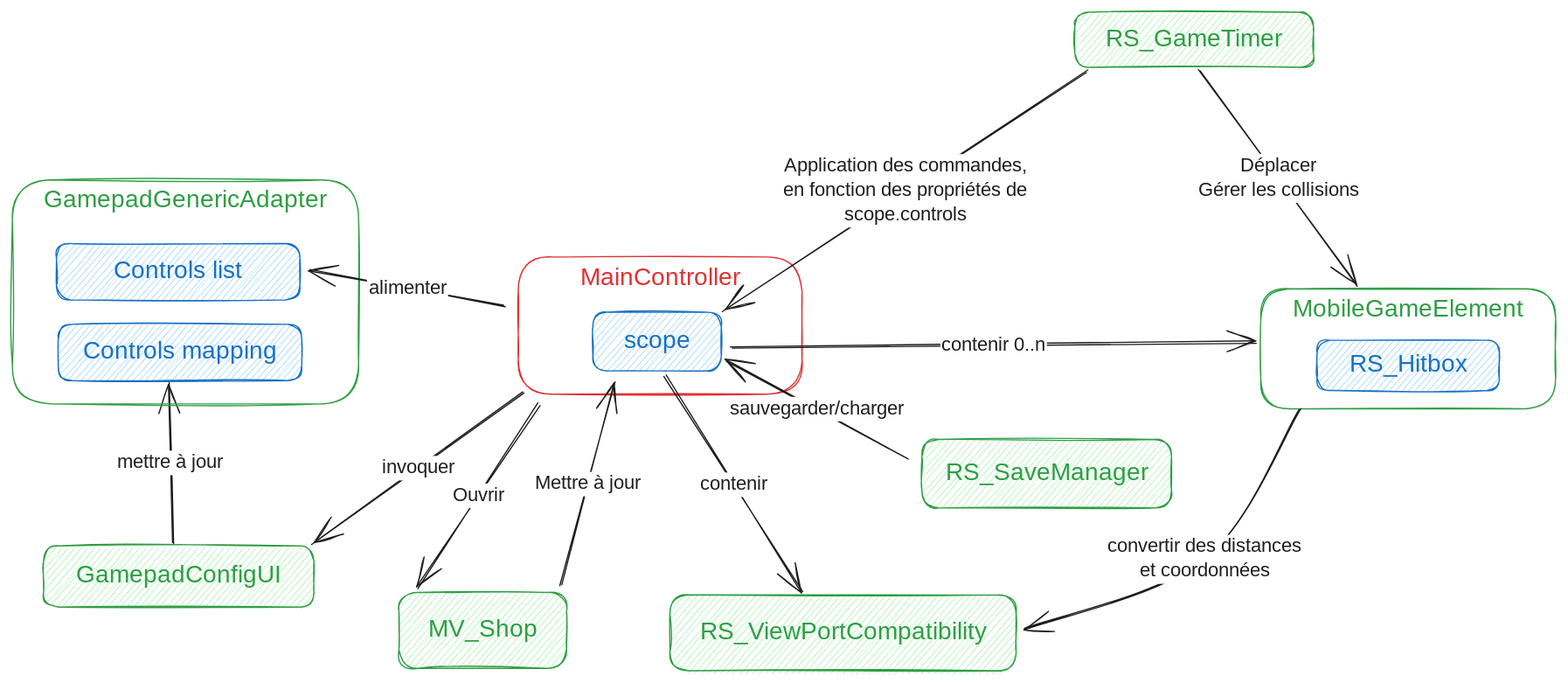
Above: docs/architecture.excalidraw.svg in thedwarf21/MobsVasion (Excalidraw), before the change. Source tidied: one line per element, renumbered; positions are measured from the earlier drawing's top-left corner, leaving out a move shared by most shapes.
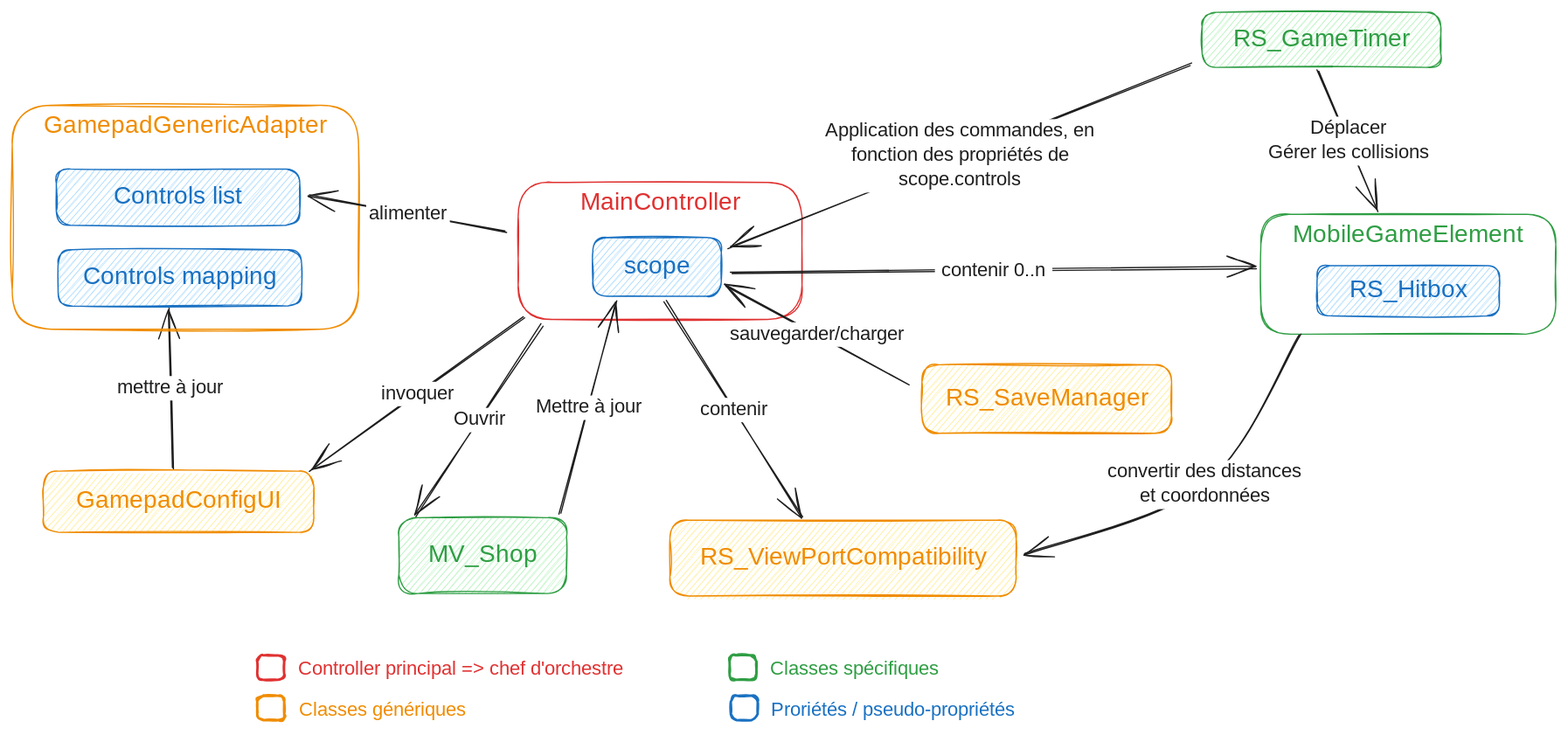
Later version of the same file.

Commit message:
docs: Ajout d'une légende au diagramme d'archi + différentiation entre classes génériques et classes spécifiques au projet

Diff of the diagram source:
```diff
@@ -1,15 +1,15 @@
 {"id": 0, "type": "rectangle", "strokeColor": "#e03131", "strokeWidth": 1, "roughness": 1, "round": true, "x": 414, "y": 200, "width": 232, "height": 112}
-{"id": 1, "type": "text", "text": "MainController", "strokeColor": "#e03131", "backgroundColor": "#ffc9c9", "fillStyle": "hachure", "strokeWidth": 1, "roughness": 1, "fontSize": 20, "fontFamily": 5, "textAlign": "center", "inside": 0, "x": 463, "y": 205, "width": 132, "height": 25}
+{"id": 1, "type": "text", "text": "MainController", "strokeColor": "#e03131", "backgroundColor": "#ffc9c9", "fillStyle": "hachure", "strokeWidth": 1, "roughness": 1, "fontSize": 20, "fontFamily": 5, "textAlign": "center", "inside": 0, "x": 461, "y": 205, "width": 137, "height": 25}
 {"id": 2, "type": "rectangle", "strokeColor": "#1971c2", "backgroundColor": "#a5d8ff", "fillStyle": "hachure", "strokeWidth": 1, "roughness": 1, "round": true, "x": 474, "y": 245, "width": 105, "height": 48}
-{"id": 3, "type": "text", "text": "scope", "strokeColor": "#1971c2", "strokeWidth": 1, "roughness": 1, "fontSize": 20, "fontFamily": 5, "textAlign": "center", "verticalAlign": "middle", "inside": 2, "x": 501, "y": 256, "width": 52, "height": 25}
+{"id": 3, "type": "text", "text": "scope", "strokeColor": "#1971c2", "strokeWidth": 1, "roughness": 1, "fontSize": 20, "fontFamily": 5, "textAlign": "center", "verticalAlign": "middle", "inside": 2, "x": 500, "y": 256, "width": 54, "height": 25}
-{"id": 4, "type": "rectangle", "strokeColor": "#2f9e44", "backgroundColor": "#b2f2bb", "fillStyle": "hachure", "strokeWidth": 1, "roughness": 1, "round": true, "x": 538, "y": 476, "width": 283, "height": 62}
+{"id": 4, "type": "rectangle", "strokeColor": "#f08c00", "backgroundColor": "#ffec99", "fillStyle": "hachure", "strokeWidth": 1, "roughness": 1, "round": true, "x": 538, "y": 476, "width": 283, "height": 62}
-{"id": 5, "type": "text", "text": "RS_ViewPortCompatibility", "strokeColor": "#2f9e44", "backgroundColor": "#b2f2bb", "fillStyle": "hachure", "strokeWidth": 1, "roughness": 1, "fontSize": 20, "fontFamily": 5, "textAlign": "center", "verticalAlign": "middle", "inside": 4, "x": 566, "y": 494, "width": 227, "height": 25}
+{"id": 5, "type": "text", "text": "RS_ViewPortCompatibility", "strokeColor": "#f08c00", "backgroundColor": "#b2f2bb", "fillStyle": "hachure", "strokeWidth": 1, "roughness": 1, "fontSize": 20, "fontFamily": 5, "textAlign": "center", "verticalAlign": "middle", "inside": 4, "x": 566, "y": 494, "width": 227, "height": 25}
-{"id": 6, "type": "rectangle", "strokeColor": "#2f9e44", "backgroundColor": "#b2f2bb", "fillStyle": "hachure", "strokeWidth": 1, "roughness": 1, "round": true, "x": 26, "y": 436, "width": 221, "height": 50}
+{"id": 6, "type": "rectangle", "strokeColor": "#f08c00", "backgroundColor": "#ffec99", "fillStyle": "hachure", "strokeWidth": 1, "roughness": 1, "round": true, "x": 26, "y": 436, "width": 221, "height": 50}
-{"id": 7, "type": "text", "text": "GamepadConfigUI", "strokeColor": "#2f9e44", "backgroundColor": "#b2f2bb", "fillStyle": "hachure", "strokeWidth": 1, "roughness": 1, "fontSize": 20, "fontFamily": 5, "textAlign": "center", "verticalAlign": "middle", "inside": 6, "x": 55, "y": 448, "width": 162, "height": 25}
+{"id": 7, "type": "text", "text": "GamepadConfigUI", "strokeColor": "#f08c00", "backgroundColor": "#b2f2bb", "fillStyle": "hachure", "strokeWidth": 1, "roughness": 1, "fontSize": 20, "fontFamily": 5, "textAlign": "center", "verticalAlign": "middle", "inside": 6, "x": 55, "y": 448, "width": 162, "height": 25}
-{"id": 8, "type": "arrow", "strokeColor": "#1e1e1e", "strokeWidth": 1, "roughness": 1, "endArrowhead": "arrow", "round": true, "from": 0, "to": 6, "x": 418, "y": 311, "width": 172, "height": 123, "points": [[0, 0], [-172, 123]]}
+{"id": 8, "type": "arrow", "strokeColor": "#1e1e1e", "strokeWidth": 1, "roughness": 1, "endArrowhead": "arrow", "round": true, "from": 0, "to": 6, "x": 418, "y": 311, "width": 174, "height": 125, "points": [[0, 0], [-174, 125]]}
-{"id": 9, "type": "text", "text": "invoquer", "strokeColor": "#1e1e1e", "strokeWidth": 1, "roughness": 1, "fontSize": 16, "fontFamily": 5, "textAlign": "center", "verticalAlign": "middle", "inside": 8, "x": 300, "y": 362, "width": 62, "height": 20}
+{"id": 9, "type": "text", "text": "invoquer", "strokeColor": "#1e1e1e", "strokeWidth": 1, "roughness": 1, "fontSize": 16, "fontFamily": 5, "textAlign": "center", "verticalAlign": "middle", "inside": 8, "x": 300, "y": 362, "width": 63, "height": 20}
 {"id": 10, "type": "arrow", "strokeColor": "#1e1e1e", "strokeWidth": 1, "roughness": 1, "endArrowhead": "arrow", "round": true, "from": 6, "to": 14, "x": 131, "y": 434, "width": 3, "height": 131, "points": [[0, 0], [-3, -131]]}
 {"id": 11, "type": "text", "text": "mettre à jour", "strokeColor": "#1e1e1e", "strokeWidth": 1, "roughness": 1, "fontSize": 16, "fontFamily": 5, "textAlign": "center", "verticalAlign": "middle", "inside": 10, "x": 83, "y": 358, "width": 91, "height": 20}
-{"id": 12, "type": "rectangle", "strokeColor": "#2f9e44", "strokeWidth": 1, "roughness": 1, "round": true, "x": 0, "y": 137, "width": 283, "height": 183}
+{"id": 12, "type": "rectangle", "strokeColor": "#f08c00", "strokeWidth": 1, "roughness": 1, "round": true, "x": 0, "y": 137, "width": 283, "height": 183}
-{"id": 13, "type": "text", "text": "GamepadGenericAdapter", "strokeColor": "#2f9e44", "backgroundColor": "#b2f2bb", "fillStyle": "hachure", "strokeWidth": 1, "roughness": 1, "fontSize": 20, "fontFamily": 5, "textAlign": "center", "inside": 12, "x": 30, "y": 142, "width": 223, "height": 25}
+{"id": 13, "type": "text", "text": "GamepadGenericAdapter", "strokeColor": "#f08c00", "backgroundColor": "#b2f2bb", "fillStyle": "hachure", "strokeWidth": 1, "roughness": 1, "fontSize": 20, "fontFamily": 5, "textAlign": "center", "inside": 12, "x": 30, "y": 142, "width": 223, "height": 25}
 {"id": 14, "type": "rectangle", "strokeColor": "#1971c2", "backgroundColor": "#a5d8ff", "fillStyle": "hachure", "strokeWidth": 1, "roughness": 1, "round": true, "x": 38, "y": 255, "width": 199, "height": 46}
@@ -18,6 +18,6 @@
 {"id": 17, "type": "text", "text": "Controls list", "strokeColor": "#1971c2", "backgroundColor": "#a5d8ff", "fillStyle": "hachure", "strokeWidth": 1, "roughness": 1, "fontSize": 20, "fontFamily": 5, "textAlign": "center", "verticalAlign": "middle", "inside": 16, "x": 83, "y": 200, "width": 104, "height": 25}
-{"id": 18, "type": "arrow", "strokeColor": "#1e1e1e", "strokeWidth": 1, "roughness": 1, "endArrowhead": "arrow", "round": true, "from": 0, "to": 16, "x": 402, "y": 241, "width": 159, "height": 30, "points": [[0, 0], [-159, -30]]}
+{"id": 18, "type": "arrow", "strokeColor": "#1e1e1e", "strokeWidth": 1, "roughness": 1, "endArrowhead": "arrow", "round": true, "from": 0, "to": 16, "x": 404, "y": 241, "width": 161, "height": 30, "points": [[0, 0], [-161, -30]]}
-{"id": 19, "type": "text", "text": "alimenter", "strokeColor": "#1e1e1e", "strokeWidth": 1, "roughness": 1, "fontSize": 16, "fontFamily": 5, "textAlign": "center", "verticalAlign": "middle", "inside": 18, "x": 290, "y": 216, "width": 66, "height": 20}
+{"id": 19, "type": "text", "text": "alimenter", "strokeColor": "#1e1e1e", "strokeWidth": 1, "roughness": 1, "fontSize": 16, "fontFamily": 5, "textAlign": "center", "verticalAlign": "middle", "inside": 18, "x": 290, "y": 216, "width": 68, "height": 20}
 {"id": 20, "type": "arrow", "strokeColor": "#1e1e1e", "strokeWidth": 1, "roughness": 1, "endArrowhead": "arrow", "round": true, "from": 2, "to": 4, "x": 533, "y": 298, "width": 113, "height": 176, "points": [[0, 0], [113, 176]]}
-{"id": 21, "type": "text", "text": "contenir", "strokeColor": "#1e1e1e", "strokeWidth": 1, "roughness": 1, "fontSize": 16, "fontFamily": 5, "textAlign": "center", "verticalAlign": "middle", "inside": 20, "x": 561, "y": 376, "width": 58, "height": 20}
+{"id": 21, "type": "text", "text": "contenir", "strokeColor": "#1e1e1e", "strokeWidth": 1, "roughness": 1, "fontSize": 16, "fontFamily": 5, "textAlign": "center", "verticalAlign": "middle", "inside": 20, "x": 561, "y": 376, "width": 62, "height": 20}
 {"id": 22, "type": "rectangle", "strokeColor": "#2f9e44", "strokeWidth": 1, "roughness": 1, "round": true, "x": 1020, "y": 226, "width": 241, "height": 98}
@@ -27,20 +27,28 @@
 {"id": 26, "type": "arrow", "strokeColor": "#1e1e1e", "backgroundColor": "#a5d8ff", "fillStyle": "hachure", "strokeWidth": 1, "roughness": 1, "endArrowhead": "arrow", "round": true, "from": 2, "to": 22, "x": 588, "y": 274, "width": 428, "height": 4, "points": [[0, 0], [428, -4]]}
-{"id": 27, "type": "text", "text": "contenir 0..n", "strokeColor": "#1e1e1e", "backgroundColor": "#a5d8ff", "fillStyle": "hachure", "strokeWidth": 1, "roughness": 1, "fontSize": 16, "fontFamily": 5, "textAlign": "center", "verticalAlign": "middle", "inside": 26, "x": 759, "y": 262, "width": 87, "height": 20}
+{"id": 27, "type": "text", "text": "contenir 0..n", "strokeColor": "#1e1e1e", "backgroundColor": "#a5d8ff", "fillStyle": "hachure", "strokeWidth": 1, "roughness": 1, "fontSize": 16, "fontFamily": 5, "textAlign": "center", "verticalAlign": "middle", "inside": 26, "x": 759, "y": 262, "width": 96, "height": 20}
 {"id": 28, "type": "arrow", "strokeColor": "#1e1e1e", "backgroundColor": "#a5d8ff", "fillStyle": "hachure", "strokeWidth": 1, "roughness": 1, "endArrowhead": "arrow", "round": true, "from": 22, "to": 4, "x": 1053, "y": 324, "width": 226, "height": 179, "points": [[0, 0], [-78, 123], [-226, 179]]}
 {"id": 29, "type": "text", "text": "convertir des distances\net coordonnées", "strokeColor": "#1e1e1e", "backgroundColor": "#a5d8ff", "fillStyle": "hachure", "strokeWidth": 1, "roughness": 1, "fontSize": 16, "fontFamily": 5, "textAlign": "center", "verticalAlign": "middle", "inside": 28, "x": 894, "y": 427, "width": 161, "height": 40}
-{"id": 30, "type": "rectangle", "strokeColor": "#2f9e44", "backgroundColor": "#b2f2bb", "fillStyle": "hachure", "strokeWidth": 1, "roughness": 1, "round": true, "x": 868, "y": 0, "width": 195, "height": 45}
+{"id": 30, "type": "rectangle", "strokeColor": "#2f9e44", "backgroundColor": "#b2f2bb", "fillStyle": "hachure", "strokeWidth": 1, "roughness": 1, "round": true, "x": 972, "y": 61, "width": 195, "height": 45}
-{"id": 31, "type": "text", "text": "RS_GameTimer", "strokeColor": "#2f9e44", "backgroundColor": "#b2f2bb", "fillStyle": "hachure", "strokeWidth": 1, "roughness": 1, "fontSize": 20, "fontFamily": 5, "textAlign": "center", "verticalAlign": "middle", "inside": 30, "x": 900, "y": 10, "width": 132, "height": 25}
+{"id": 31, "type": "text", "text": "RS_GameTimer", "strokeColor": "#2f9e44", "backgroundColor": "#b2f2bb", "fillStyle": "hachure", "strokeWidth": 1, "roughness": 1, "fontSize": 20, "fontFamily": 5, "textAlign": "center", "verticalAlign": "middle", "inside": 30, "x": 1004, "y": 71, "width": 132, "height": 25}
-{"id": 32, "type": "arrow", "strokeColor": "#1e1e1e", "backgroundColor": "#b2f2bb", "fillStyle": "hachure", "strokeWidth": 1, "roughness": 1, "endArrowhead": "arrow", "round": true, "from": 30, "to": 22, "x": 971, "y": 48, "width": 128, "height": 175, "points": [[0, 0], [128, 175]]}
+{"id": 32, "type": "arrow", "strokeColor": "#1e1e1e", "backgroundColor": "#b2f2bb", "fillStyle": "hachure", "strokeWidth": 1, "roughness": 1, "endArrowhead": "arrow", "round": true, "from": 30, "to": 22, "x": 1068, "y": 109, "width": 48, "height": 114, "points": [[0, 0], [48, 114]]}
-{"id": 33, "type": "text", "text": "Déplacer\nGérer les collisions", "strokeColor": "#1e1e1e", "backgroundColor": "#b2f2bb", "fillStyle": "hachure", "strokeWidth": 1, "roughness": 1, "fontSize": 16, "fontFamily": 5, "textAlign": "center", "verticalAlign": "middle", "inside": 32, "x": 970, "y": 116, "width": 131, "height": 40}
+{"id": 33, "type": "text", "text": "Déplacer\nGérer les collisions", "strokeColor": "#1e1e1e", "backgroundColor": "#b2f2bb", "fillStyle": "hachure", "strokeWidth": 1, "roughness": 1, "fontSize": 16, "fontFamily": 5, "textAlign": "center", "verticalAlign": "middle", "inside": 32, "x": 970, "y": 116, "width": 144, "height": 40}
-{"id": 34, "type": "arrow", "strokeColor": "#1e1e1e", "backgroundColor": "#b2f2bb", "fillStyle": "hachure", "strokeWidth": 1, "roughness": 1, "endArrowhead": "arrow", "round": true, "from": 30, "to": 2, "x": 879, "y": 48, "width": 298, "height": 196, "points": [[0, 0], [-298, 196]]}
+{"id": 34, "type": "arrow", "strokeColor": "#1e1e1e", "backgroundColor": "#b2f2bb", "fillStyle": "hachure", "strokeWidth": 1, "roughness": 1, "endArrowhead": "arrow", "round": true, "from": 30, "to": 2, "x": 963, "y": 103, "width": 378, "height": 150, "points": [[0, 0], [-378, 150]]}
-{"id": 35, "type": "text", "text": "Application des commandes,\nen fonction des propriétés de\nscope.controls", "strokeColor": "#1e1e1e", "backgroundColor": "#b2f2bb", "fillStyle": "hachure", "strokeWidth": 1, "roughness": 1, "fontSize": 16, "fontFamily": 5, "textAlign": "center", "verticalAlign": "middle", "inside": 34, "x": 626, "y": 116, "width": 208, "height": 60}
+{"id": 35, "type": "text", "text": "Application des commandes, en\nfonction des propriétés de\nscope.controls", "strokeColor": "#1e1e1e", "backgroundColor": "#b2f2bb", "fillStyle": "hachure", "strokeWidth": 1, "roughness": 1, "fontSize": 16, "fontFamily": 5, "textAlign": "center", "verticalAlign": "middle", "inside": 34, "x": 626, "y": 116, "width": 234, "height": 60}
-{"id": 36, "type": "rectangle", "strokeColor": "#2f9e44", "backgroundColor": "#b2f2bb", "fillStyle": "hachure", "strokeWidth": 1, "roughness": 1, "round": true, "x": 744, "y": 349, "width": 204, "height": 56}
+{"id": 36, "type": "rectangle", "strokeColor": "#f08c00", "backgroundColor": "#ffec99", "fillStyle": "hachure", "strokeWidth": 1, "roughness": 1, "round": true, "x": 744, "y": 349, "width": 204, "height": 56}
-{"id": 37, "type": "text", "text": "RS_SaveManager", "strokeColor": "#2f9e44", "backgroundColor": "#b2f2bb", "fillStyle": "hachure", "strokeWidth": 1, "roughness": 1, "fontSize": 20, "fontFamily": 5, "textAlign": "center", "verticalAlign": "middle", "inside": 36, "x": 770, "y": 364, "width": 150, "height": 25}
+{"id": 37, "type": "text", "text": "RS_SaveManager", "strokeColor": "#f08c00", "backgroundColor": "#b2f2bb", "fillStyle": "hachure", "strokeWidth": 1, "roughness": 1, "fontSize": 20, "fontFamily": 5, "textAlign": "center", "verticalAlign": "middle", "inside": 36, "x": 770, "y": 364, "width": 150, "height": 25}
-{"id": 38, "type": "arrow", "strokeColor": "#1e1e1e", "backgroundColor": "#b2f2bb", "fillStyle": "hachure", "strokeWidth": 1, "roughness": 1, "endArrowhead": "arrow", "round": true, "from": 36, "to": 2, "x": 731, "y": 364, "width": 148, "height": 80, "points": [[0, 0], [-148, -80]]}
+{"id": 38, "type": "arrow", "strokeColor": "#1e1e1e", "backgroundColor": "#b2f2bb", "fillStyle": "hachure", "strokeWidth": 1, "roughness": 1, "endArrowhead": "arrow", "round": true, "from": 36, "to": 2, "x": 732, "y": 364, "width": 148, "height": 80, "points": [[0, 0], [-148, -80]]}
-{"id": 39, "type": "text", "text": "sauvegarder/charger", "strokeColor": "#1e1e1e", "backgroundColor": "#b2f2bb", "fillStyle": "hachure", "strokeWidth": 1, "roughness": 1, "fontSize": 16, "fontFamily": 5, "textAlign": "center", "verticalAlign": "middle", "inside": 38, "x": 585, "y": 314, "width": 146, "height": 20}
+{"id": 39, "type": "text", "text": "sauvegarder/charger", "strokeColor": "#1e1e1e", "backgroundColor": "#b2f2bb", "fillStyle": "hachure", "strokeWidth": 1, "roughness": 1, "fontSize": 16, "fontFamily": 5, "textAlign": "center", "verticalAlign": "middle", "inside": 38, "x": 585, "y": 314, "width": 158, "height": 20}
 {"id": 40, "type": "rectangle", "strokeColor": "#2f9e44", "backgroundColor": "#b2f2bb", "fillStyle": "hachure", "strokeWidth": 1, "roughness": 1, "round": true, "x": 316, "y": 474, "width": 137, "height": 62}
 {"id": 41, "type": "text", "text": "MV_Shop", "strokeColor": "#2f9e44", "backgroundColor": "#b2f2bb", "fillStyle": "hachure", "strokeWidth": 1, "roughness": 1, "fontSize": 20, "fontFamily": 5, "textAlign": "center", "verticalAlign": "middle", "inside": 40, "x": 342, "y": 492, "width": 84, "height": 25}
-{"id": 42, "type": "arrow", "strokeColor": "#1e1e1e", "backgroundColor": "#b2f2bb", "fillStyle": "hachure", "strokeWidth": 1, "roughness": 1, "endArrowhead": "arrow", "round": true, "from": 0, "to": 40, "x": 430, "y": 320, "width": 99, "height": 150, "points": [[0, 0], [-99, 150]]}
+{"id": 42, "type": "arrow", "strokeColor": "#1e1e1e", "backgroundColor": "#b2f2bb", "fillStyle": "hachure", "strokeWidth": 1, "roughness": 1, "endArrowhead": "arrow", "round": true, "from": 0, "to": 40, "x": 433, "y": 316, "width": 103, "height": 156, "points": [[0, 0], [-103, 156]]}
-{"id": 43, "type": "text", "text": "Ouvrir", "strokeColor": "#1e1e1e", "backgroundColor": "#b2f2bb", "fillStyle": "hachure", "strokeWidth": 1, "roughness": 1, "fontSize": 16, "fontFamily": 5, "textAlign": "center", "verticalAlign": "middle", "inside": 42, "x": 359, "y": 385, "width": 44, "height": 20}
+{"id": 43, "type": "text", "text": "Ouvrir", "strokeColor": "#1e1e1e", "backgroundColor": "#b2f2bb", "fillStyle": "hachure", "strokeWidth": 1, "roughness": 1, "fontSize": 16, "fontFamily": 5, "textAlign": "center", "verticalAlign": "middle", "inside": 42, "x": 359, "y": 385, "width": 47, "height": 20}
-{"id": 44, "type": "arrow", "strokeColor": "#1e1e1e", "backgroundColor": "#b2f2bb", "fillStyle": "hachure", "strokeWidth": 1, "roughness": 1, "endArrowhead": "arrow", "round": true, "from": 40, "to": 2, "x": 448, "y": 468, "width": 44, "height": 165, "points": [[0, 0], [44, -165]]}
+{"id": 44, "type": "arrow", "strokeColor": "#1e1e1e", "backgroundColor": "#b2f2bb", "fillStyle": "hachure", "strokeWidth": 1, "roughness": 1, "endArrowhead": "arrow", "round": true, "from": 40, "to": 2, "x": 448, "y": 471, "width": 46, "height": 173, "points": [[0, 0], [46, -173]]}
-{"id": 45, "type": "text", "text": "Mettre à jour", "strokeColor": "#1e1e1e", "backgroundColor": "#b2f2bb", "fillStyle": "hachure", "strokeWidth": 1, "roughness": 1, "fontSize": 16, "fontFamily": 5, "textAlign": "center", "verticalAlign": "middle", "inside": 44, "x": 424, "y": 376, "width": 92, "height": 20}
+{"id": 45, "type": "text", "text": "Mettre à jour", "strokeColor": "#1e1e1e", "backgroundColor": "#b2f2bb", "fillStyle": "hachure", "strokeWidth": 1, "roughness": 1, "fontSize": 16, "fontFamily": 5, "textAlign": "center", "verticalAlign": "middle", "inside": 44, "x": 424, "y": 376, "width": 105, "height": 20}
+{"id": 46, "type": "rectangle", "strokeColor": "#e03131", "strokeWidth": 2, "roughness": 1, "round": true, "x": 200, "y": 586, "width": 22, "height": 20}
+{"id": 47, "type": "text", "text": "Controller principal => chef d'orchestre", "strokeColor": "#e03131", "strokeWidth": 2, "roughness": 1, "fontSize": 16, "fontFamily": 5, "x": 233, "y": 588, "width": 305, "height": 20}
+{"id": 48, "type": "rectangle", "strokeColor": "#f08c00", "strokeWidth": 2, "roughness": 1, "round": true, "x": 200, "y": 620, "width": 22, "height": 20}
+{"id": 49, "type": "text", "text": "Classes génériques", "strokeColor": "#f08c00", "strokeWidth": 2, "roughness": 1, "fontSize": 16, "fontFamily": 5, "x": 234, "y": 622, "width": 151, "height": 20}
+{"id": 50, "type": "rectangle", "strokeColor": "#2f9e44", "strokeWidth": 2, "roughness": 1, "round": true, "x": 586, "y": 586, "width": 22, "height": 20}
+{"id": 51, "type": "text", "text": "Classes spécifiques", "strokeColor": "#2f9e44", "strokeWidth": 2, "roughness": 1, "fontSize": 16, "fontFamily": 5, "x": 619, "y": 588, "width": 152, "height": 20}
+{"id": 52, "type": "rectangle", "strokeColor": "#1971c2", "strokeWidth": 2, "roughness": 1, "round": true, "x": 587, "y": 620, "width": 22, "height": 20}
+{"id": 53, "type": "text", "text": "Proriétés / pseudo-propriétés", "strokeColor": "#1971c2", "strokeWidth": 2, "roughness": 1, "fontSize": 16, "fontFamily": 5, "x": 620, "y": 622, "width": 241, "height": 20}
```
